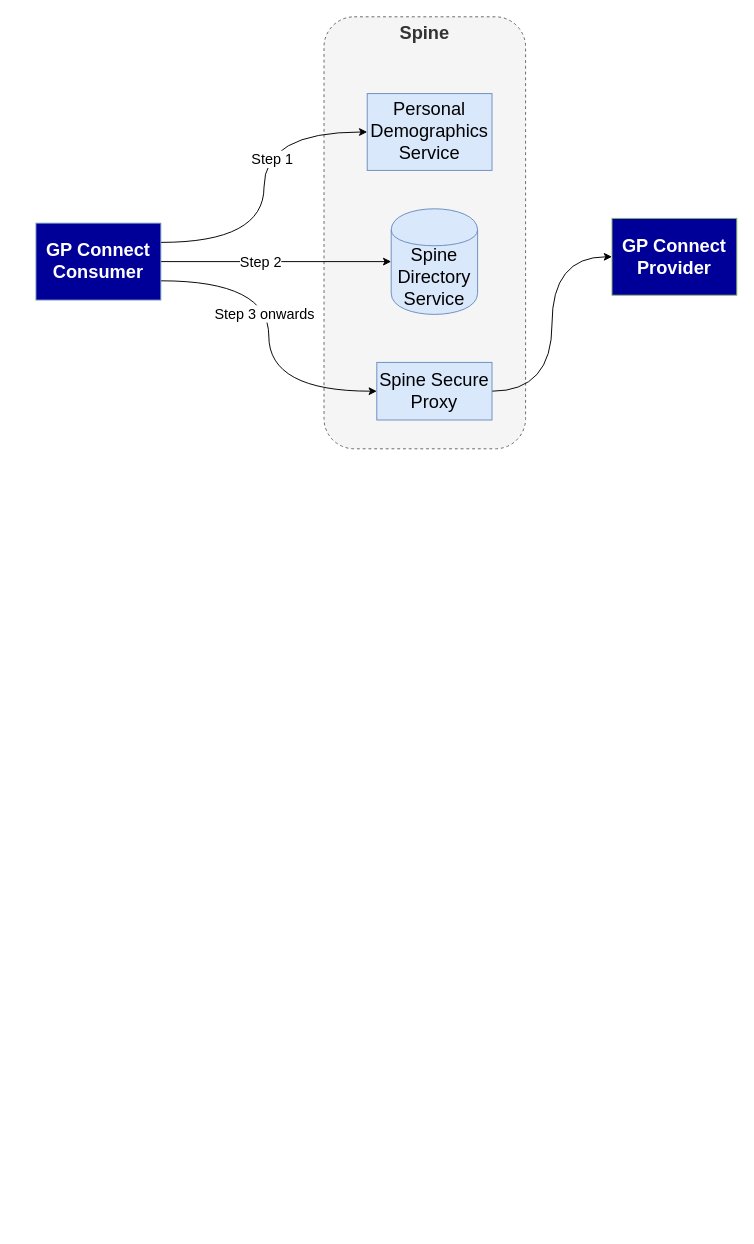
Above: _diagrams-source/Draw.io/gpconnect-flow.drawio in nhsconnect/gpconnect (draw.io), before the change. Source tidied: cells renumbered, new cells numbered last; positions are measured from the earlier drawing's top-left corner, leaving out a move shared by most shapes. Both pictures are drawn from the tidied source at 96%, with x=0, y=0 at pixel (36, 16).
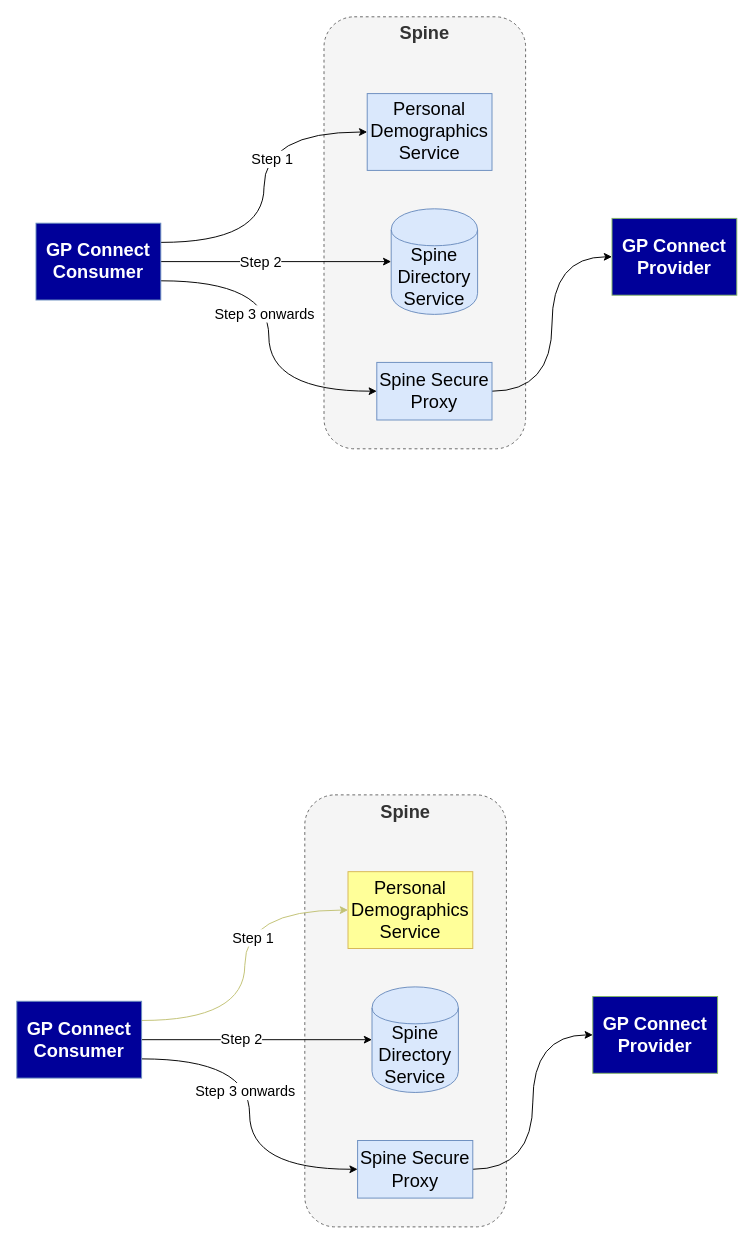
After the change.

Commit message (it also covers changes not shown here):
Appointments Service Discovery page

The edit, as a diff of the source:
```diff
@@
+    <mxCell id="15" value="&lt;font style=&quot;font-size: 19px&quot;&gt;&lt;b&gt;Spine&lt;/b&gt;&lt;/font&gt;" style="rounded=1;whiteSpace=wrap;html=1;verticalAlign=top;dashed=1;fillColor=#f5f5f5;strokeColor=#666666;fontColor=#333333;" parent="1" vertex="1">
+      <mxGeometry x="280" y="810.5" width="210" height="450" as="geometry" />
+    </mxCell>
+    <mxCell id="16" value="&lt;font style=&quot;font-size: 19px&quot;&gt;Spine Directory Service&lt;/font&gt;" style="shape=cylinder;whiteSpace=wrap;html=1;boundedLbl=1;backgroundOutline=1;fillColor=#dae8fc;strokeColor=#6c8ebf;" parent="1" vertex="1">
+      <mxGeometry x="350" y="1010.5" width="90" height="110" as="geometry" />
+    </mxCell>
+    <mxCell id="17" value="&lt;font style=&quot;font-size: 19px&quot;&gt;Personal Demographics Service&lt;/font&gt;" style="rounded=0;whiteSpace=wrap;html=1;fillColor=#FFFF99;strokeColor=#d6b656;" parent="1" vertex="1">
+      <mxGeometry x="325" y="890.5" width="130" height="80" as="geometry" />
+    </mxCell>
+    <mxCell id="18" style="edgeStyle=orthogonalEdgeStyle;curved=1;jettySize=auto;html=1;exitX=1;exitY=0.5;exitDx=0;exitDy=0;entryX=0;entryY=0.5;entryDx=0;entryDy=0;" parent="1" edge="1" source="19" target="20">
+      <mxGeometry relative="1" as="geometry" />
+    </mxCell>
+    <mxCell id="19" value="&lt;font style=&quot;font-size: 19px&quot;&gt;Spine Secure Proxy&lt;/font&gt;" style="rounded=0;whiteSpace=wrap;html=1;fillColor=#dae8fc;strokeColor=#6c8ebf;" parent="1" vertex="1">
+      <mxGeometry x="335" y="1170.5" width="120" height="60" as="geometry" />
+    </mxCell>
+    <mxCell id="20" value="&lt;font style=&quot;font-size: 19px&quot;&gt;GP Connect&lt;br&gt;Provider&lt;/font&gt;" style="rounded=0;whiteSpace=wrap;html=1;fillColor=#000099;strokeColor=#82b366;fontColor=#FFFFFF;fontStyle=1;" parent="1" vertex="1">
+      <mxGeometry x="580" y="1020.5" width="130" height="80" as="geometry" />
+    </mxCell>
+    <mxCell id="21" style="edgeStyle=orthogonalEdgeStyle;jettySize=auto;html=1;exitX=1;exitY=0.25;exitDx=0;exitDy=0;entryX=0;entryY=0.5;entryDx=0;entryDy=0;curved=1;fillColor=#fff2cc;strokeColor=#C2C274;" parent="1" edge="1" source="27" target="17">
+      <mxGeometry relative="1" as="geometry" />
+    </mxCell>
+    <mxCell id="22" value="&lt;font style=&quot;font-size: 15px&quot;&gt;Step 1&lt;br&gt;&lt;/font&gt;" style="text;html=1;align=center;verticalAlign=middle;labelBackgroundColor=#ffffff;" parent="21" vertex="1">
+      <mxGeometry x="0.18" y="-8" relative="1" as="geometry" />
+    </mxCell>
+    <mxCell id="23" style="edgeStyle=orthogonalEdgeStyle;rounded=0;jettySize=auto;html=1;exitX=1;exitY=0.5;exitDx=0;exitDy=0;entryX=0;entryY=0.5;entryDx=0;entryDy=0;" parent="1" edge="1" source="27" target="16">
+      <mxGeometry relative="1" as="geometry" />
+    </mxCell>
+    <mxCell id="24" value="&lt;font style=&quot;font-size: 15px&quot;&gt;Step 2&lt;/font&gt;" style="text;html=1;align=center;verticalAlign=middle;labelBackgroundColor=#ffffff;" parent="23" vertex="1">
+      <mxGeometry x="-0.14" y="1" relative="1" as="geometry" />
+    </mxCell>
+    <mxCell id="25" style="edgeStyle=orthogonalEdgeStyle;jettySize=auto;html=1;exitX=1;exitY=0.75;exitDx=0;exitDy=0;entryX=0;entryY=0.5;entryDx=0;entryDy=0;curved=1;" parent="1" edge="1" source="27" target="19">
+      <mxGeometry relative="1" as="geometry" />
+    </mxCell>
+    <mxCell id="26" value="&lt;font style=&quot;font-size: 15px&quot;&gt;Step 3 onwards&lt;/font&gt;" style="text;html=1;align=center;verticalAlign=middle;labelBackgroundColor=#ffffff;" parent="25" vertex="1">
+      <mxGeometry x="-0.37" y="-33" relative="1" as="geometry" />
+    </mxCell>
+    <mxCell id="27" value="&lt;font style=&quot;font-size: 19px&quot;&gt;GP Connect&lt;br&gt;Consumer&lt;/font&gt;" style="rounded=0;whiteSpace=wrap;html=1;fillColor=#000099;strokeColor=#6c8ebf;fontColor=#FFFFFF;fontStyle=1;" parent="1" vertex="1">
+      <mxGeometry x="-20" y="1025.5" width="130" height="80" as="geometry" />
+    </mxCell>
```
